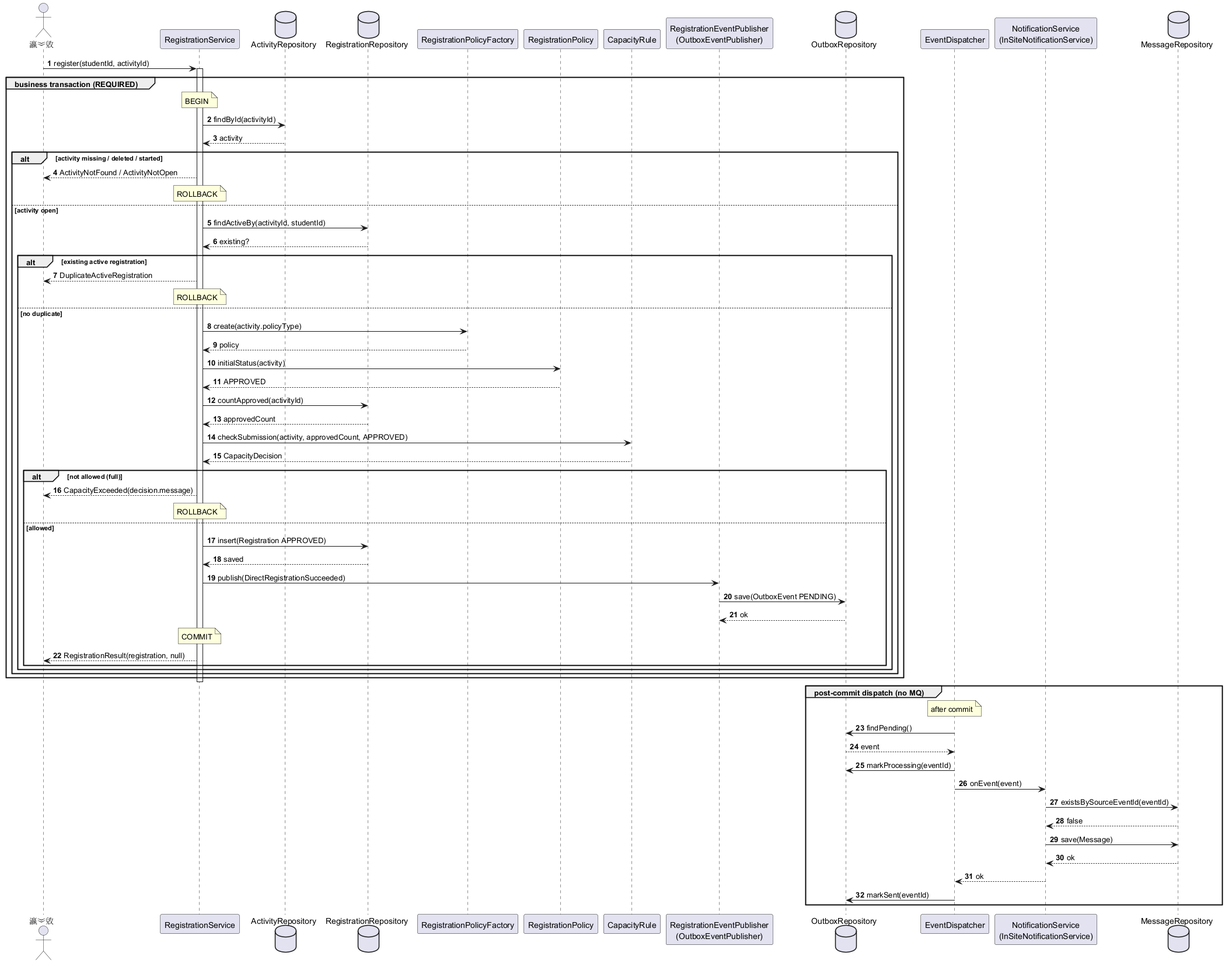
Before: docs/diagrams/export/seq-register-direct.png, a diagram exported from PlantUML (BOXLINEovo/CampusEvent).
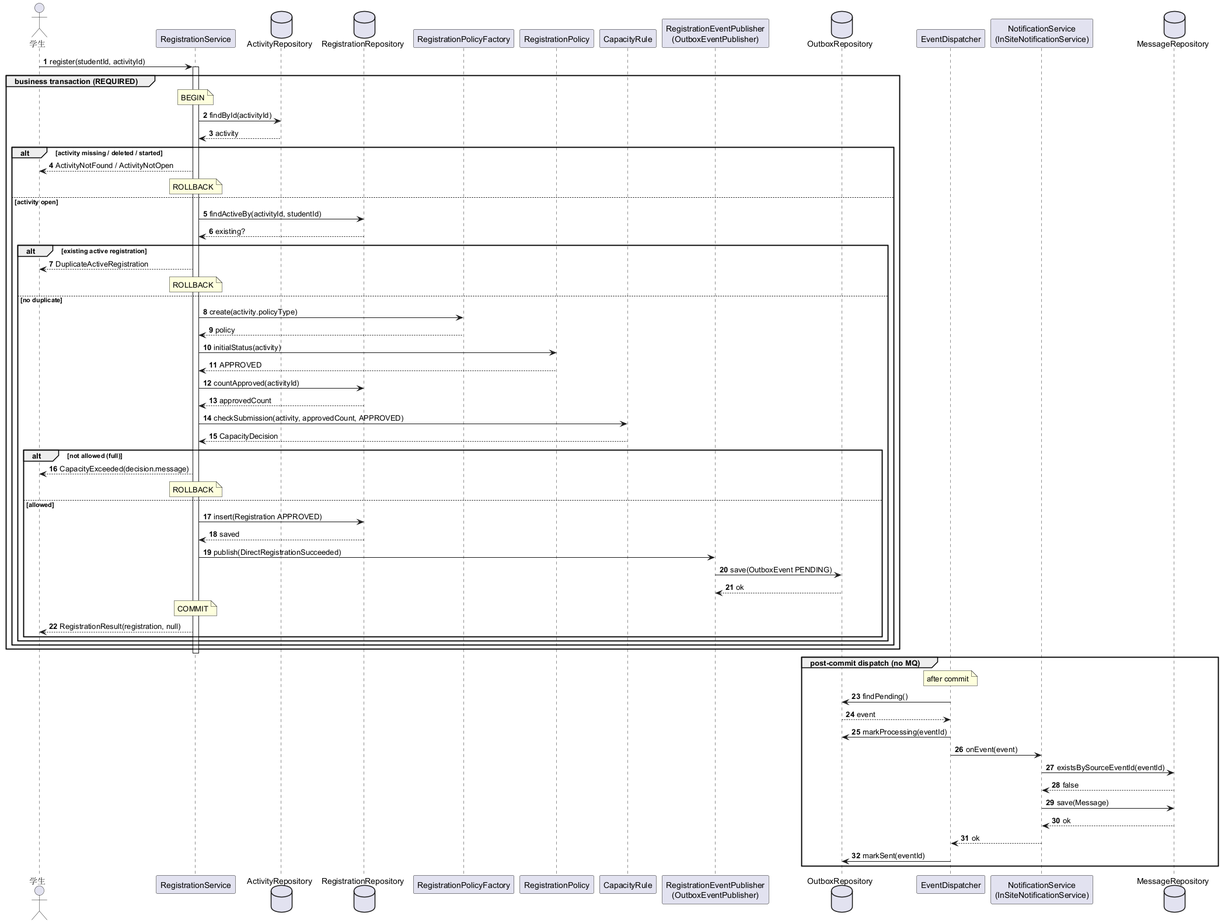
Above is the later version.

The edit, as a diff of the source:
```diff
@@ -2,7 +2,7 @@
 autonumber
 skinparam shadowing false
 
-actor "瀛︾敓" as Student
+actor "学生" as Student
 participant "RegistrationService" as RegSvc
 database "ActivityRepository" as ActivityRepo
 database "RegistrationRepository" as RegRepo
```
